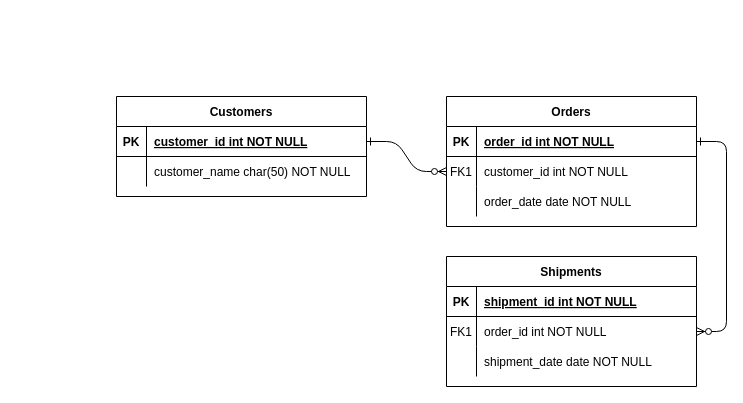
tt-tung2612002/Health-First keeps this draw.io diagram as Untitled Diagram.drawio. Above is the earlier version. Source tidied: cells renumbered, new cells numbered last; positions are measured from the earlier drawing's top-left corner, leaving out a move shared by most shapes. Both pictures are drawn from the tidied source at 100%, with x=0, y=0 at pixel (116, 96).
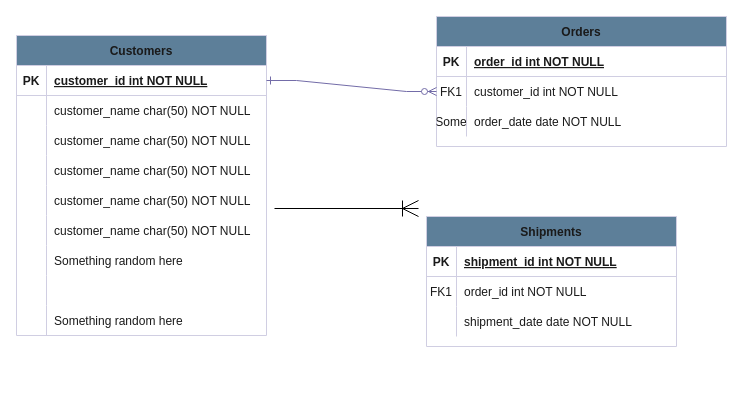
The same diagram, later.

Change to the diagram source:
```diff
@@
-    <mxCell id="2" style="edgeStyle=entityRelationEdgeStyle;endArrow=ERzeroToMany;startArrow=ERone;endFill=1;startFill=0;" parent="1" edge="1" source="25" target="8">
-      <mxGeometry relative="1" as="geometry" />
-    </mxCell>
-    <mxCell id="3" style="edgeStyle=entityRelationEdgeStyle;endArrow=ERzeroToMany;startArrow=ERone;endFill=1;startFill=0;" parent="1" edge="1" source="5" target="18">
-      <mxGeometry relative="1" as="geometry" />
-    </mxCell>
+    <mxCell id="14" value="Shipments" style="shape=table;startSize=30;childLayout=tableLayout;rowLines=0;fontStyle=1;align=center;labelBackgroundColor=none;fillColor=#5D7F99;strokeColor=#D0CEE2;fontColor=#1A1A1A;rounded=0;" parent="1" vertex="1">
+      <mxGeometry x="310" y="120" width="250" height="130" as="geometry" />
+    </mxCell>
+    <mxCell id="15" style="shape=partialRectangle;fillColor=none;top=0;left=0;right=0;bottom=1;labelBackgroundColor=none;strokeColor=#D0CEE2;fontColor=#1A1A1A;rounded=0;" parent="14" vertex="1">
+      <mxGeometry y="30" width="250" height="30" as="geometry" />
+    </mxCell>
+    <mxCell id="16" value="PK" style="shape=partialRectangle;overflow=hidden;fillColor=none;top=0;left=0;bottom=0;right=0;fontStyle=1;labelBackgroundColor=none;strokeColor=#D0CEE2;fontColor=#1A1A1A;rounded=0;" parent="15" vertex="1">
+      <mxGeometry width="30" height="30" as="geometry" />
+    </mxCell>
+    <mxCell id="17" value="shipment_id int NOT NULL " style="shape=partialRectangle;overflow=hidden;fillColor=none;top=0;left=0;bottom=0;right=0;align=left;spacingLeft=6;fontStyle=5;labelBackgroundColor=none;strokeColor=#D0CEE2;fontColor=#1A1A1A;rounded=0;" parent="15" vertex="1">
+      <mxGeometry x="30" width="220" height="30" as="geometry" />
+    </mxCell>
+    <mxCell id="18" style="shape=partialRectangle;fillColor=none;points=[[0,0.5],[1,0.5]];portConstraint=eastwest;top=0;left=0;right=0;bottom=0;labelBackgroundColor=none;strokeColor=#D0CEE2;fontColor=#1A1A1A;rounded=0;" parent="14" vertex="1">
+      <mxGeometry y="60" width="250" height="30" as="geometry" />
+    </mxCell>
+    <mxCell id="19" value="FK1" style="shape=partialRectangle;overflow=hidden;fillColor=none;top=0;left=0;bottom=0;right=0;labelBackgroundColor=none;strokeColor=#D0CEE2;fontColor=#1A1A1A;rounded=0;" parent="18" vertex="1">
+      <mxGeometry width="30" height="30" as="geometry" />
+    </mxCell>
+    <mxCell id="20" value="order_id int NOT NULL" style="shape=partialRectangle;overflow=hidden;fillColor=none;top=0;left=0;bottom=0;right=0;align=left;spacingLeft=6;labelBackgroundColor=none;strokeColor=#D0CEE2;fontColor=#1A1A1A;rounded=0;" parent="18" vertex="1">
+      <mxGeometry x="30" width="220" height="30" as="geometry" />
+    </mxCell>
+    <mxCell id="21" style="shape=partialRectangle;fillColor=none;top=0;left=0;right=0;bottom=0;labelBackgroundColor=none;strokeColor=#D0CEE2;fontColor=#1A1A1A;rounded=0;" parent="14" vertex="1">
+      <mxGeometry y="90" width="250" height="30" as="geometry" />
+    </mxCell>
+    <mxCell id="22" style="shape=partialRectangle;overflow=hidden;fillColor=none;top=0;left=0;bottom=0;right=0;labelBackgroundColor=none;strokeColor=#D0CEE2;fontColor=#1A1A1A;rounded=0;" parent="21" vertex="1">
+      <mxGeometry width="30" height="30" as="geometry" />
+    </mxCell>
+    <mxCell id="23" value="shipment_date date NOT NULL" style="shape=partialRectangle;overflow=hidden;fillColor=none;top=0;left=0;bottom=0;right=0;align=left;spacingLeft=6;labelBackgroundColor=none;strokeColor=#D0CEE2;fontColor=#1A1A1A;rounded=0;" parent="21" vertex="1">
+      <mxGeometry x="30" width="220" height="30" as="geometry" />
+    </mxCell>
+    <mxCell id="31" style="edgeStyle=orthogonalEdgeStyle;jettySize=auto;html=1;endArrow=ERoneToMany;startSize=14;endSize=14;sourcePerimeterSpacing=8;targetPerimeterSpacing=8;endFill=0;" parent="1" edge="1" source="24" target="14">
+      <mxGeometry relative="1" as="geometry">
+        <Array as="points">
+          <mxPoint x="20" y="185" />
+        </Array>
+      </mxGeometry>
+    </mxCell>
+    <mxCell id="24" value="Customers" style="shape=table;startSize=30;childLayout=tableLayout;rowLines=0;fontStyle=1;align=center;labelBackgroundColor=none;fillColor=#5D7F99;strokeColor=#D0CEE2;fontColor=#1A1A1A;rounded=0;" parent="1" vertex="1">
+      <mxGeometry x="-100" y="-61" width="250" height="300" as="geometry" />
+    </mxCell>
+    <mxCell id="25" style="shape=partialRectangle;fillColor=none;points=[[0,0.5],[1,0.5]];portConstraint=eastwest;top=0;left=0;right=0;bottom=1;labelBackgroundColor=none;strokeColor=#D0CEE2;fontColor=#1A1A1A;rounded=0;" parent="24" vertex="1">
+      <mxGeometry y="30" width="250" height="30" as="geometry" />
+    </mxCell>
+    <mxCell id="26" value="PK" style="shape=partialRectangle;overflow=hidden;fillColor=none;top=0;left=0;bottom=0;right=0;fontStyle=1;labelBackgroundColor=none;strokeColor=#D0CEE2;fontColor=#1A1A1A;rounded=0;" parent="25" vertex="1">
+      <mxGeometry width="30" height="30" as="geometry" />
+    </mxCell>
+    <mxCell id="27" value="customer_id int NOT NULL " style="shape=partialRectangle;overflow=hidden;fillColor=none;top=0;left=0;bottom=0;right=0;align=left;spacingLeft=6;fontStyle=5;labelBackgroundColor=none;strokeColor=#D0CEE2;fontColor=#1A1A1A;rounded=0;" parent="25" vertex="1">
+      <mxGeometry x="30" width="220" height="30" as="geometry" />
+    </mxCell>
+    <mxCell id="28" style="shape=partialRectangle;fillColor=none;top=0;left=0;right=0;bottom=0;labelBackgroundColor=none;strokeColor=#D0CEE2;fontColor=#1A1A1A;rounded=0;" parent="24" vertex="1">
+      <mxGeometry y="60" width="250" height="30" as="geometry" />
+    </mxCell>
+    <mxCell id="29" style="shape=partialRectangle;overflow=hidden;fillColor=none;top=0;left=0;bottom=0;right=0;labelBackgroundColor=none;strokeColor=#D0CEE2;fontColor=#1A1A1A;rounded=0;" parent="28" vertex="1">
+      <mxGeometry width="30" height="30" as="geometry" />
+    </mxCell>
+    <mxCell id="30" value="customer_name char(50) NOT NULL" style="shape=partialRectangle;overflow=hidden;fillColor=none;top=0;left=0;bottom=0;right=0;align=left;spacingLeft=6;labelBackgroundColor=none;strokeColor=#D0CEE2;fontColor=#1A1A1A;rounded=0;" parent="28" vertex="1">
+      <mxGeometry x="30" width="220" height="30" as="geometry" />
+    </mxCell>
+    <mxCell id="32" style="shape=partialRectangle;fillColor=none;top=0;left=0;right=0;bottom=0;labelBackgroundColor=none;strokeColor=#D0CEE2;fontColor=#1A1A1A;rounded=0;" parent="24" vertex="1">
+      <mxGeometry y="90" width="250" height="30" as="geometry" />
+    </mxCell>
+    <mxCell id="33" style="shape=partialRectangle;overflow=hidden;fillColor=none;top=0;left=0;bottom=0;right=0;labelBackgroundColor=none;strokeColor=#D0CEE2;fontColor=#1A1A1A;rounded=0;" parent="32" vertex="1">
+      <mxGeometry width="30" height="30" as="geometry" />
+    </mxCell>
+    <mxCell id="34" value="customer_name char(50) NOT NULL" style="shape=partialRectangle;overflow=hidden;fillColor=none;top=0;left=0;bottom=0;right=0;align=left;spacingLeft=6;labelBackgroundColor=none;strokeColor=#D0CEE2;fontColor=#1A1A1A;rounded=0;" parent="32" vertex="1">
+      <mxGeometry x="30" width="220" height="30" as="geometry" />
+    </mxCell>
+    <mxCell id="35" style="shape=partialRectangle;fillColor=none;top=0;left=0;right=0;bottom=0;labelBackgroundColor=none;strokeColor=#D0CEE2;fontColor=#1A1A1A;rounded=0;" parent="24" vertex="1">
+      <mxGeometry y="120" width="250" height="30" as="geometry" />
+    </mxCell>
+    <mxCell id="36" style="shape=partialRectangle;overflow=hidden;fillColor=none;top=0;left=0;bottom=0;right=0;labelBackgroundColor=none;strokeColor=#D0CEE2;fontColor=#1A1A1A;rounded=0;" parent="35" vertex="1">
+      <mxGeometry width="30" height="30" as="geometry" />
+    </mxCell>
+    <mxCell id="37" value="customer_name char(50) NOT NULL" style="shape=partialRectangle;overflow=hidden;fillColor=none;top=0;left=0;bottom=0;right=0;align=left;spacingLeft=6;labelBackgroundColor=none;strokeColor=#D0CEE2;fontColor=#1A1A1A;rounded=0;" parent="35" vertex="1">
+      <mxGeometry x="30" width="220" height="30" as="geometry" />
+    </mxCell>
+    <mxCell id="38" style="shape=partialRectangle;fillColor=none;top=0;left=0;right=0;bottom=0;labelBackgroundColor=none;strokeColor=#D0CEE2;fontColor=#1A1A1A;rounded=0;" parent="24" vertex="1">
+      <mxGeometry y="150" width="250" height="30" as="geometry" />
+    </mxCell>
+    <mxCell id="39" style="shape=partialRectangle;overflow=hidden;fillColor=none;top=0;left=0;bottom=0;right=0;labelBackgroundColor=none;strokeColor=#D0CEE2;fontColor=#1A1A1A;rounded=0;" parent="38" vertex="1">
+      <mxGeometry width="30" height="30" as="geometry" />
+    </mxCell>
+    <mxCell id="40" value="customer_name char(50) NOT NULL" style="shape=partialRectangle;overflow=hidden;fillColor=none;top=0;left=0;bottom=0;right=0;align=left;spacingLeft=6;labelBackgroundColor=none;strokeColor=#D0CEE2;fontColor=#1A1A1A;rounded=0;" parent="38" vertex="1">
+      <mxGeometry x="30" width="220" height="30" as="geometry" />
+    </mxCell>
+    <mxCell id="41" style="shape=partialRectangle;fillColor=none;top=0;left=0;right=0;bottom=0;labelBackgroundColor=none;strokeColor=#D0CEE2;fontColor=#1A1A1A;rounded=0;" parent="24" vertex="1">
+      <mxGeometry y="180" width="250" height="30" as="geometry" />
+    </mxCell>
+    <mxCell id="42" style="shape=partialRectangle;overflow=hidden;fillColor=none;top=0;left=0;bottom=0;right=0;labelBackgroundColor=none;strokeColor=#D0CEE2;fontColor=#1A1A1A;rounded=0;" parent="41" vertex="1">
+      <mxGeometry width="30" height="30" as="geometry" />
+    </mxCell>
+    <mxCell id="43" value="customer_name char(50) NOT NULL" style="shape=partialRectangle;overflow=hidden;fillColor=none;top=0;left=0;bottom=0;right=0;align=left;spacingLeft=6;labelBackgroundColor=none;strokeColor=#D0CEE2;fontColor=#1A1A1A;rounded=0;" parent="41" vertex="1">
+      <mxGeometry x="30" width="220" height="30" as="geometry" />
+    </mxCell>
+    <mxCell id="44" style="shape=partialRectangle;fillColor=none;top=0;left=0;right=0;bottom=0;labelBackgroundColor=none;strokeColor=#D0CEE2;fontColor=#1A1A1A;rounded=0;" parent="24" vertex="1">
+      <mxGeometry y="210" width="250" height="30" as="geometry" />
+    </mxCell>
+    <mxCell id="45" style="shape=partialRectangle;overflow=hidden;fillColor=none;top=0;left=0;bottom=0;right=0;labelBackgroundColor=none;strokeColor=#D0CEE2;fontColor=#1A1A1A;rounded=0;" parent="44" vertex="1">
+      <mxGeometry width="30" height="30" as="geometry" />
+    </mxCell>
+    <mxCell id="46" value="Something random here" style="shape=partialRectangle;overflow=hidden;fillColor=none;top=0;left=0;bottom=0;right=0;align=left;spacingLeft=6;labelBackgroundColor=none;strokeColor=#D0CEE2;fontColor=#1A1A1A;rounded=0;" parent="44" vertex="1">
+      <mxGeometry x="30" width="220" height="30" as="geometry" />
+    </mxCell>
+    <mxCell id="47" style="shape=partialRectangle;fillColor=none;top=0;left=0;right=0;bottom=0;labelBackgroundColor=none;strokeColor=#D0CEE2;fontColor=#1A1A1A;rounded=0;" parent="24" vertex="1">
+      <mxGeometry y="240" width="250" height="30" as="geometry" />
+    </mxCell>
+    <mxCell id="48" style="shape=partialRectangle;overflow=hidden;fillColor=none;top=0;left=0;bottom=0;right=0;labelBackgroundColor=none;strokeColor=#D0CEE2;fontColor=#1A1A1A;rounded=0;" parent="47" vertex="1">
+      <mxGeometry width="30" height="30" as="geometry" />
+    </mxCell>
+    <mxCell id="49" style="shape=partialRectangle;overflow=hidden;fillColor=none;top=0;left=0;bottom=0;right=0;align=left;spacingLeft=6;labelBackgroundColor=none;strokeColor=#D0CEE2;fontColor=#1A1A1A;rounded=0;" parent="47" vertex="1">
+      <mxGeometry x="30" width="220" height="30" as="geometry" />
+    </mxCell>
+    <mxCell id="50" style="shape=partialRectangle;fillColor=none;top=0;left=0;right=0;bottom=0;labelBackgroundColor=none;strokeColor=#D0CEE2;fontColor=#1A1A1A;rounded=0;" parent="24" vertex="1">
+      <mxGeometry y="270" width="250" height="30" as="geometry" />
+    </mxCell>
+    <mxCell id="51" style="shape=partialRectangle;overflow=hidden;fillColor=none;top=0;left=0;bottom=0;right=0;labelBackgroundColor=none;strokeColor=#D0CEE2;fontColor=#1A1A1A;rounded=0;" parent="50" vertex="1">
+      <mxGeometry width="30" height="30" as="geometry" />
+    </mxCell>
+    <mxCell id="52" value="Something random here" style="shape=partialRectangle;overflow=hidden;fillColor=none;top=0;left=0;bottom=0;right=0;align=left;spacingLeft=6;labelBackgroundColor=none;strokeColor=#D0CEE2;fontColor=#1A1A1A;rounded=0;" parent="50" vertex="1">
+      <mxGeometry x="30" width="220" height="30" as="geometry" />
+    </mxCell>
-    <mxCell id="4" value="Orders" style="shape=table;startSize=30;childLayout=tableLayout;rowLines=0;fontStyle=1;align=center;" parent="1" vertex="1">
-      <mxGeometry x="330" width="250" height="130" as="geometry" />
+    <mxCell id="4" value="Orders" style="shape=table;startSize=30;childLayout=tableLayout;rowLines=0;fontStyle=1;align=center;labelBackgroundColor=none;fillColor=#5D7F99;strokeColor=#D0CEE2;fontColor=#1A1A1A;rounded=0;" parent="1" vertex="1">
+      <mxGeometry x="320" y="-80" width="290" height="130" as="geometry" />
     </mxCell>
-    <mxCell id="5" style="shape=partialRectangle;fillColor=none;points=[[0,0.5],[1,0.5]];portConstraint=eastwest;top=0;left=0;right=0;bottom=1;" parent="4" vertex="1">
-      <mxGeometry y="30" width="250" height="30" as="geometry" />
+    <mxCell id="5" style="shape=partialRectangle;fillColor=none;points=[[0,0.5],[1,0.5]];portConstraint=eastwest;top=0;left=0;right=0;bottom=1;labelBackgroundColor=none;strokeColor=#D0CEE2;fontColor=#1A1A1A;rounded=0;" parent="4" vertex="1">
+      <mxGeometry y="30" width="290" height="30" as="geometry" />
     </mxCell>
-    <mxCell id="6" value="PK" style="shape=partialRectangle;overflow=hidden;fillColor=none;top=0;left=0;bottom=0;right=0;fontStyle=1;" parent="5" vertex="1">
+    <mxCell id="6" value="PK" style="shape=partialRectangle;overflow=hidden;fillColor=none;top=0;left=0;bottom=0;right=0;fontStyle=1;labelBackgroundColor=none;strokeColor=#D0CEE2;fontColor=#1A1A1A;rounded=0;" parent="5" vertex="1">
       <mxGeometry width="30" height="30" as="geometry" />
     </mxCell>
-    <mxCell id="7" value="order_id int NOT NULL " style="shape=partialRectangle;overflow=hidden;fillColor=none;top=0;left=0;bottom=0;right=0;align=left;spacingLeft=6;fontStyle=5;" parent="5" vertex="1">
-      <mxGeometry x="30" width="220" height="30" as="geometry" />
+    <mxCell id="7" value="order_id int NOT NULL " style="shape=partialRectangle;overflow=hidden;fillColor=none;top=0;left=0;bottom=0;right=0;align=left;spacingLeft=6;fontStyle=5;labelBackgroundColor=none;strokeColor=#D0CEE2;fontColor=#1A1A1A;rounded=0;" parent="5" vertex="1">
+      <mxGeometry x="30" width="260" height="30" as="geometry" />
     </mxCell>
-    <mxCell id="8" style="shape=partialRectangle;fillColor=none;points=[[0,0.5],[1,0.5]];portConstraint=eastwest;top=0;left=0;right=0;bottom=0;" parent="4" vertex="1">
-      <mxGeometry y="60" width="250" height="30" as="geometry" />
+    <mxCell id="8" style="shape=partialRectangle;fillColor=none;points=[[0,0.5],[1,0.5]];portConstraint=eastwest;top=0;left=0;right=0;bottom=0;labelBackgroundColor=none;strokeColor=#D0CEE2;fontColor=#1A1A1A;rounded=0;" parent="4" vertex="1">
+      <mxGeometry y="60" width="290" height="30" as="geometry" />
     </mxCell>
-    <mxCell id="9" value="FK1" style="shape=partialRectangle;overflow=hidden;fillColor=none;top=0;left=0;bottom=0;right=0;" parent="8" vertex="1">
+    <mxCell id="9" value="FK1" style="shape=partialRectangle;overflow=hidden;fillColor=none;top=0;left=0;bottom=0;right=0;labelBackgroundColor=none;strokeColor=#D0CEE2;fontColor=#1A1A1A;rounded=0;" parent="8" vertex="1">
       <mxGeometry width="30" height="30" as="geometry" />
     </mxCell>
-    <mxCell id="10" value="customer_id int NOT NULL" style="shape=partialRectangle;overflow=hidden;fillColor=none;top=0;left=0;bottom=0;right=0;align=left;spacingLeft=6;" parent="8" vertex="1">
-      <mxGeometry x="30" width="220" height="30" as="geometry" />
+    <mxCell id="10" value="customer_id int NOT NULL" style="shape=partialRectangle;overflow=hidden;fillColor=none;top=0;left=0;bottom=0;right=0;align=left;spacingLeft=6;labelBackgroundColor=none;strokeColor=#D0CEE2;fontColor=#1A1A1A;rounded=0;" parent="8" vertex="1">
+      <mxGeometry x="30" width="260" height="30" as="geometry" />
     </mxCell>
-    <mxCell id="11" style="shape=partialRectangle;fillColor=none;top=0;left=0;right=0;bottom=0;" parent="4" vertex="1">
-      <mxGeometry y="90" width="250" height="30" as="geometry" />
+    <mxCell id="11" style="shape=partialRectangle;fillColor=none;top=0;left=0;right=0;bottom=0;labelBackgroundColor=none;strokeColor=#D0CEE2;fontColor=#1A1A1A;rounded=0;" parent="4" vertex="1">
+      <mxGeometry y="90" width="290" height="30" as="geometry" />
     </mxCell>
-    <mxCell id="12" style="shape=partialRectangle;overflow=hidden;fillColor=none;top=0;left=0;bottom=0;right=0;" parent="11" vertex="1">
+    <mxCell id="12" value="Some" style="shape=partialRectangle;overflow=hidden;fillColor=none;top=0;left=0;bottom=0;right=0;labelBackgroundColor=none;strokeColor=#D0CEE2;fontColor=#1A1A1A;rounded=0;" parent="11" vertex="1">
       <mxGeometry width="30" height="30" as="geometry" />
     </mxCell>
-    <mxCell id="13" value="order_date date NOT NULL" style="shape=partialRectangle;overflow=hidden;fillColor=none;top=0;left=0;bottom=0;right=0;align=left;spacingLeft=6;" parent="11" vertex="1">
-      <mxGeometry x="30" width="220" height="30" as="geometry" />
+    <mxCell id="13" value="order_date date NOT NULL" style="shape=partialRectangle;overflow=hidden;fillColor=none;top=0;left=0;bottom=0;right=0;align=left;spacingLeft=6;labelBackgroundColor=none;strokeColor=#D0CEE2;fontColor=#1A1A1A;rounded=0;" parent="11" vertex="1">
+      <mxGeometry x="30" width="260" height="30" as="geometry" />
     </mxCell>
-    <mxCell id="14" value="Shipments" style="shape=table;startSize=30;childLayout=tableLayout;rowLines=0;fontStyle=1;align=center;" parent="1" vertex="1">
-      <mxGeometry x="330" y="160" width="250" height="130" as="geometry" />
-    </mxCell>
-    <mxCell id="15" style="shape=partialRectangle;fillColor=none;top=0;left=0;right=0;bottom=1;" parent="14" vertex="1">
-      <mxGeometry y="30" width="250" height="30" as="geometry" />
-    </mxCell>
-    <mxCell id="16" value="PK" style="shape=partialRectangle;overflow=hidden;fillColor=none;top=0;left=0;bottom=0;right=0;fontStyle=1;" parent="15" vertex="1">
-      <mxGeometry width="30" height="30" as="geometry" />
-    </mxCell>
-    <mxCell id="17" value="shipment_id int NOT NULL " style="shape=partialRectangle;overflow=hidden;fillColor=none;top=0;left=0;bottom=0;right=0;align=left;spacingLeft=6;fontStyle=5;" parent="15" vertex="1">
-      <mxGeometry x="30" width="220" height="30" as="geometry" />
-    </mxCell>
-    <mxCell id="18" style="shape=partialRectangle;fillColor=none;points=[[0,0.5],[1,0.5]];portConstraint=eastwest;top=0;left=0;right=0;bottom=0;" parent="14" vertex="1">
-      <mxGeometry y="60" width="250" height="30" as="geometry" />
-    </mxCell>
-    <mxCell id="19" value="FK1" style="shape=partialRectangle;overflow=hidden;fillColor=none;top=0;left=0;bottom=0;right=0;" parent="18" vertex="1">
-      <mxGeometry width="30" height="30" as="geometry" />
-    </mxCell>
-    <mxCell id="20" value="order_id int NOT NULL" style="shape=partialRectangle;overflow=hidden;fillColor=none;top=0;left=0;bottom=0;right=0;align=left;spacingLeft=6;" parent="18" vertex="1">
-      <mxGeometry x="30" width="220" height="30" as="geometry" />
-    </mxCell>
-    <mxCell id="21" style="shape=partialRectangle;fillColor=none;top=0;left=0;right=0;bottom=0;" parent="14" vertex="1">
-      <mxGeometry y="90" width="250" height="30" as="geometry" />
-    </mxCell>
-    <mxCell id="22" style="shape=partialRectangle;overflow=hidden;fillColor=none;top=0;left=0;bottom=0;right=0;" parent="21" vertex="1">
-      <mxGeometry width="30" height="30" as="geometry" />
-    </mxCell>
-    <mxCell id="23" value="shipment_date date NOT NULL" style="shape=partialRectangle;overflow=hidden;fillColor=none;top=0;left=0;bottom=0;right=0;align=left;spacingLeft=6;" parent="21" vertex="1">
-      <mxGeometry x="30" width="220" height="30" as="geometry" />
-    </mxCell>
-    <mxCell id="24" value="Customers" style="shape=table;startSize=30;childLayout=tableLayout;rowLines=0;fontStyle=1;align=center;" parent="1" vertex="1">
-      <mxGeometry width="250" height="100" as="geometry" />
-    </mxCell>
-    <mxCell id="25" style="shape=partialRectangle;fillColor=none;points=[[0,0.5],[1,0.5]];portConstraint=eastwest;top=0;left=0;right=0;bottom=1;" parent="24" vertex="1">
-      <mxGeometry y="30" width="250" height="30" as="geometry" />
-    </mxCell>
-    <mxCell id="26" value="PK" style="shape=partialRectangle;overflow=hidden;fillColor=none;top=0;left=0;bottom=0;right=0;fontStyle=1;" parent="25" vertex="1">
-      <mxGeometry width="30" height="30" as="geometry" />
-    </mxCell>
-    <mxCell id="27" value="customer_id int NOT NULL " style="shape=partialRectangle;overflow=hidden;fillColor=none;top=0;left=0;bottom=0;right=0;align=left;spacingLeft=6;fontStyle=5;" parent="25" vertex="1">
-      <mxGeometry x="30" width="220" height="30" as="geometry" />
-    </mxCell>
-    <mxCell id="28" style="shape=partialRectangle;fillColor=none;top=0;left=0;right=0;bottom=0;" parent="24" vertex="1">
-      <mxGeometry y="60" width="250" height="30" as="geometry" />
-    </mxCell>
-    <mxCell id="29" style="shape=partialRectangle;overflow=hidden;fillColor=none;top=0;left=0;bottom=0;right=0;" parent="28" vertex="1">
-      <mxGeometry width="30" height="30" as="geometry" />
-    </mxCell>
-    <mxCell id="30" value="customer_name char(50) NOT NULL" style="shape=partialRectangle;overflow=hidden;fillColor=none;top=0;left=0;bottom=0;right=0;align=left;spacingLeft=6;" parent="28" vertex="1">
-      <mxGeometry x="30" width="220" height="30" as="geometry" />
-    </mxCell>
+    <mxCell id="2" style="edgeStyle=entityRelationEdgeStyle;endArrow=ERzeroToMany;startArrow=ERone;endFill=1;startFill=0;labelBackgroundColor=none;strokeColor=#736CA8;fontColor=default;rounded=0;" parent="1" edge="1" source="25" target="8">
+      <mxGeometry relative="1" as="geometry" />
+    </mxCell>
```
